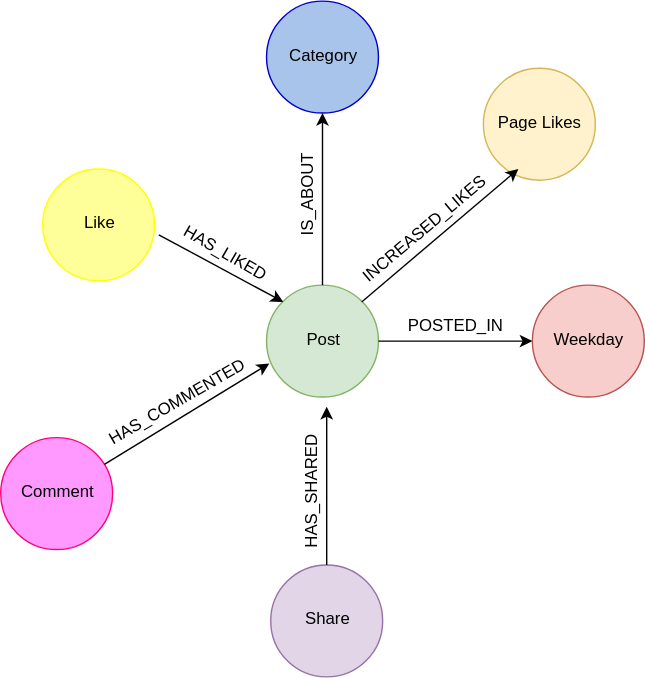
Above: figures/data-model.svg in tpcyprianos/reproducibility-research (draw.io), before the change. Source tidied: cells renumbered, new cells last; positions are measured from the earlier drawing's top-left corner, leaving out a move shared by most shapes.
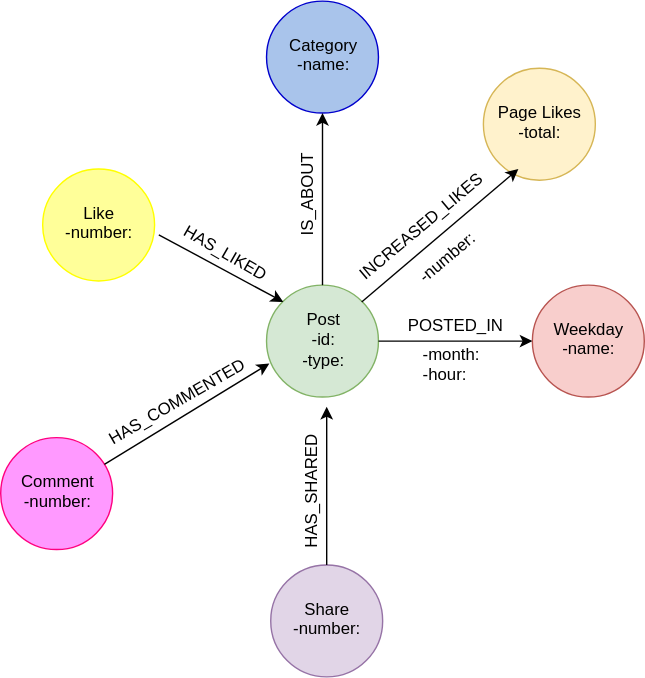
After the commit.

The edit, as a diff of the source:
```diff
@@ -2,22 +2,22 @@
   <root>
     <mxCell id="0" />
     <mxCell id="1" parent="0" />
-    <mxCell id="2" value="Post" style="ellipse;whiteSpace=wrap;html=1;fillColor=#d5e8d4;strokeColor=#82b366;" parent="1" vertex="1">
+    <mxCell id="2" value="Post&lt;br&gt;&lt;div align=&quot;center&quot;&gt;-id:&lt;br&gt;-type: &lt;br&gt;&lt;/div&gt;" style="ellipse;whiteSpace=wrap;html=1;fillColor=#d5e8d4;strokeColor=#82b366;" parent="1" vertex="1">
       <mxGeometry x="190" y="203" width="80" height="80" as="geometry" />
     </mxCell>
-    <mxCell id="3" value="Like" style="ellipse;whiteSpace=wrap;html=1;fillColor=#FFFF99;strokeColor=#FFFF00;" parent="1" vertex="1">
+    <mxCell id="3" value="Like&lt;br&gt;-number:" style="ellipse;whiteSpace=wrap;html=1;fillColor=#FFFF99;strokeColor=#FFFF00;" parent="1" vertex="1">
       <mxGeometry x="30" y="120" width="80" height="80" as="geometry" />
     </mxCell>
-    <mxCell id="4" value="Share" style="ellipse;whiteSpace=wrap;html=1;fillColor=#e1d5e7;strokeColor=#9673a6;" parent="1" vertex="1">
+    <mxCell id="4" value="Share&lt;br&gt;-number:" style="ellipse;whiteSpace=wrap;html=1;fillColor=#e1d5e7;strokeColor=#9673a6;" parent="1" vertex="1">
       <mxGeometry x="193" y="403" width="80" height="80" as="geometry" />
     </mxCell>
-    <mxCell id="5" value="Weekday" style="ellipse;whiteSpace=wrap;html=1;fillColor=#f8cecc;strokeColor=#b85450;" parent="1" vertex="1">
+    <mxCell id="5" value="Weekday&lt;br&gt;-name:" style="ellipse;whiteSpace=wrap;html=1;fillColor=#f8cecc;strokeColor=#b85450;" parent="1" vertex="1">
       <mxGeometry x="380" y="203" width="80" height="80" as="geometry" />
     </mxCell>
-    <mxCell id="6" value="Page Likes" style="ellipse;whiteSpace=wrap;html=1;fillColor=#fff2cc;strokeColor=#d6b656;" parent="1" vertex="1">
+    <mxCell id="6" value="Page Likes&lt;br&gt;-total:" style="ellipse;whiteSpace=wrap;html=1;fillColor=#fff2cc;strokeColor=#d6b656;" parent="1" vertex="1">
       <mxGeometry x="345" y="48" width="80" height="80" as="geometry" />
     </mxCell>
-    <mxCell id="7" value="Comment" style="ellipse;whiteSpace=wrap;html=1;fillColor=#FF99FF;strokeColor=#FF0080;" parent="1" vertex="1">
+    <mxCell id="7" value="Comment&lt;br&gt;-number:" style="ellipse;whiteSpace=wrap;html=1;fillColor=#FF99FF;strokeColor=#FF0080;" parent="1" vertex="1">
       <mxGeometry y="312" width="80" height="80" as="geometry" />
     </mxCell>
     <mxCell id="8" style="group;" parent="1" vertex="1">
@@ -50,10 +50,10 @@
     <mxCell id="17" value="HAS_LIKED" style="text;html=1;strokeColor=none;fillColor=none;align=center;verticalAlign=middle;whiteSpace=wrap;rotation=30;" parent="1" vertex="1">
       <mxGeometry x="140" y="171" width="40" height="20" as="geometry" />
     </mxCell>
-    <mxCell id="18" value="INCREASED_LIKES" style="text;html=1;strokeColor=none;fillColor=none;align=center;verticalAlign=middle;whiteSpace=wrap;rotation=-40;" parent="1" vertex="1">
-      <mxGeometry x="283" y="154" width="40" height="20" as="geometry" />
+    <mxCell id="18" value="INCREASED_LIKES&lt;br&gt;&lt;br&gt;-number:" style="text;html=1;strokeColor=none;fillColor=none;align=center;verticalAlign=middle;whiteSpace=wrap;rotation=-40;" parent="1" vertex="1">
+      <mxGeometry x="290" y="163" width="40" height="20" as="geometry" />
     </mxCell>
-    <mxCell id="19" value="Category" style="ellipse;whiteSpace=wrap;html=1;fillColor=#A9C4EB;strokeColor=#0000CC;" parent="1" vertex="1">
+    <mxCell id="19" value="Category&lt;br&gt;-name:" style="ellipse;whiteSpace=wrap;html=1;fillColor=#A9C4EB;strokeColor=#0000CC;" parent="1" vertex="1">
       <mxGeometry x="190" width="80" height="80" as="geometry" />
     </mxCell>
     <mxCell id="20" value="IS_ABOUT" style="text;html=1;strokeColor=none;fillColor=none;align=center;verticalAlign=middle;whiteSpace=wrap;rotation=-90;" parent="1" vertex="1">
@@ -62,5 +62,8 @@
     <mxCell id="21" style="endArrow=classic;html=1;exitX=0.5;exitY=0;entryX=0.5;entryY=1;" parent="1" edge="1" source="2" target="19">
       <mxGeometry relative="1" as="geometry" />
     </mxCell>
+    <mxCell id="22" value="-month:&lt;br&gt;-hour:" style="text;html=1;strokeColor=none;fillColor=none;align=left;verticalAlign=middle;whiteSpace=wrap;" parent="1" vertex="1">
+      <mxGeometry x="300" y="251" width="40" height="20" as="geometry" />
+    </mxCell>
   </root>
 </mxGraphModel>
```
